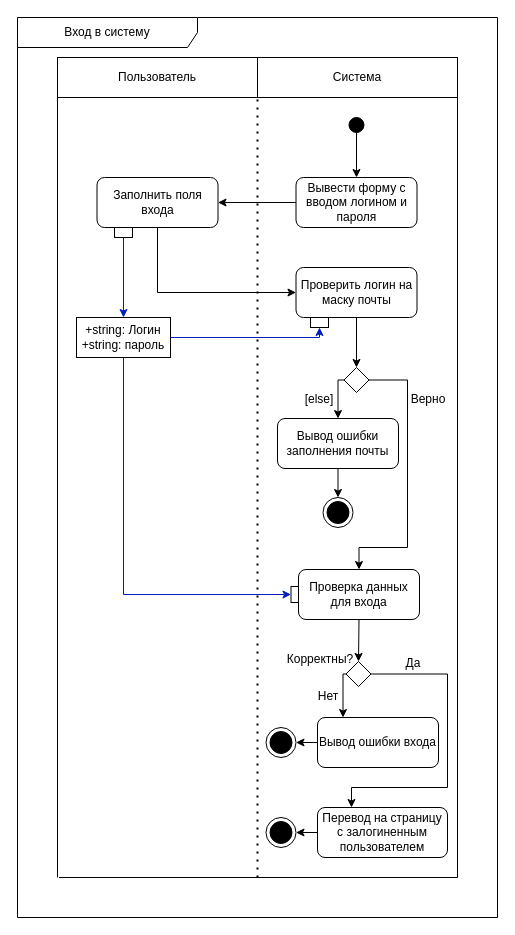
Earlier version of the draw.io diagram docs/raw_diagrams/вход в систему++.drawio (AS2/habrolink). Source tidied: cells renumbered, new cells numbered last; positions are measured from the earlier drawing's top-left corner, leaving out a move shared by most shapes. Both pictures are drawn from the tidied source at 100%, with x=0, y=0 at pixel (17, 17).
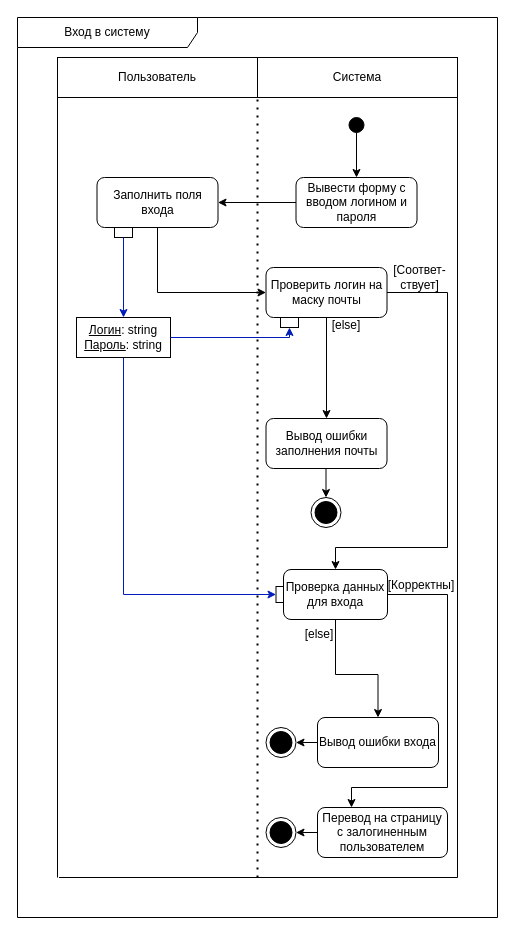
Above is the later version.

The change refers to these unchanged cells:
```xml
<mxCell id="32" value="Вывод ошибки входа" style="text;html=1;strokeColor=default;fillColor=none;align=center;verticalAlign=middle;whiteSpace=wrap;rounded=1;" parent="1" vertex="1">
  <mxGeometry x="300" y="700" width="121" height="50" as="geometry" />
</mxCell>
```

Diff of the diagram source:
```diff
@@
     <mxCell id="10" value="Проверить логин на маску почты" style="text;html=1;strokeColor=default;fillColor=none;align=center;verticalAlign=middle;whiteSpace=wrap;rounded=1;" parent="1" vertex="1">
-      <mxGeometry x="278.5" y="250" width="121" height="50" as="geometry" />
+      <mxGeometry x="248.5" y="250" width="121" height="50" as="geometry" />
     </mxCell>
-    <mxCell id="11" style="endArrow=classic;html=1;rounded=0;exitX=0.5;exitY=1;exitDx=0;exitDy=0;entryX=0.5;entryY=0;entryDx=0;entryDy=0;" parent="1" edge="1" source="10" target="14">
-      <mxGeometry relative="1" as="geometry" />
-    </mxCell>
-    <mxCell id="12" style="edgeStyle=orthogonalEdgeStyle;rounded=0;jettySize=auto;html=1;exitX=1;exitY=0.5;exitDx=0;exitDy=0;entryX=0.5;entryY=0;entryDx=0;entryDy=0;" parent="1" edge="1" source="14">
+    <mxCell id="12" style="edgeStyle=orthogonalEdgeStyle;rounded=0;jettySize=auto;html=1;exitX=1;exitY=0.5;exitDx=0;exitDy=0;entryX=0.5;entryY=0;entryDx=0;entryDy=0;" parent="1" edge="1" source="10" target="20">
       <mxGeometry relative="1" as="geometry">
-        <mxPoint x="341.5" y="552" as="targetPoint" />
         <Array as="points">
-          <mxPoint x="390" y="363" />
-          <mxPoint x="390" y="530" />
-          <mxPoint x="342" y="530" />
+          <mxPoint x="430" y="275" />
+          <mxPoint x="430" y="530" />
+          <mxPoint x="318" y="530" />
         </Array>
       </mxGeometry>
     </mxCell>
-    <mxCell id="13" style="edgeStyle=orthogonalEdgeStyle;rounded=0;jettySize=auto;html=1;exitX=0.5;exitY=1;exitDx=0;exitDy=0;entryX=0.5;entryY=0;entryDx=0;entryDy=0;" parent="1" edge="1" source="27" target="17">
-      <mxGeometry relative="1" as="geometry" />
+    <mxCell id="13" style="edgeStyle=orthogonalEdgeStyle;rounded=0;jettySize=auto;html=1;exitX=0.5;exitY=1;exitDx=0;exitDy=0;entryX=0.5;entryY=0;entryDx=0;entryDy=0;" parent="1" edge="1" target="17">
+      <mxGeometry relative="1" as="geometry">
+        <mxPoint x="327" y="451" as="sourcePoint" />
+      </mxGeometry>
     </mxCell>
-    <mxCell id="14" style="rhombus;whiteSpace=wrap;html=1;" parent="1" vertex="1">
-      <mxGeometry x="326.5" y="350" width="25" height="25" as="geometry" />
-    </mxCell>
     <mxCell id="15" value="[else]" style="text;html=1;strokeColor=none;fillColor=none;align=center;verticalAlign=middle;whiteSpace=wrap;rounded=0;" parent="1" vertex="1">
-      <mxGeometry x="272" y="367" width="60" height="30" as="geometry" />
+      <mxGeometry x="299" y="293" width="60" height="30" as="geometry" />
     </mxCell>
-    <mxCell id="16" value="Верно" style="text;html=1;strokeColor=none;fillColor=none;align=center;verticalAlign=middle;whiteSpace=wrap;rounded=0;" parent="1" vertex="1">
-      <mxGeometry x="381" y="367" width="60" height="30" as="geometry" />
+    <mxCell id="16" value="[Соответ-&lt;br&gt;ствует]" style="text;html=1;strokeColor=none;fillColor=none;align=center;verticalAlign=middle;whiteSpace=wrap;rounded=0;" parent="1" vertex="1">
+      <mxGeometry x="372" y="245" width="61" height="30" as="geometry" />
     </mxCell>
     <mxCell id="17" style="ellipse;html=1;shape=endState;fillColor=strokeColor;" parent="1" vertex="1">
-      <mxGeometry x="305.5" y="480" width="30" height="30" as="geometry" />
+      <mxGeometry x="293.5" y="480" width="30" height="30" as="geometry" />
     </mxCell>
@@
     <mxCell id="20" value="Проверка данных для входа" style="text;html=1;strokeColor=default;fillColor=none;align=center;verticalAlign=middle;whiteSpace=wrap;rounded=1;" parent="1" vertex="1">
-      <mxGeometry x="281" y="552" width="121" height="50" as="geometry" />
+      <mxGeometry x="266" y="552" width="104" height="50" as="geometry" />
     </mxCell>
-    <mxCell id="21" style="endArrow=classic;html=1;rounded=0;exitX=0.5;exitY=1;exitDx=0;exitDy=0;entryX=0.5;entryY=0;entryDx=0;entryDy=0;" parent="1" edge="1" source="20" target="24">
-      <mxGeometry relative="1" as="geometry" />
-    </mxCell>
-    <mxCell id="22" style="edgeStyle=orthogonalEdgeStyle;rounded=0;orthogonalLoop=1;jettySize=auto;html=1;exitX=1;exitY=0.5;exitDx=0;exitDy=0;entryX=0.5;entryY=0;entryDx=0;entryDy=0;" parent="1" edge="1">
+    <mxCell id="22" style="edgeStyle=orthogonalEdgeStyle;rounded=0;jettySize=auto;html=1;exitX=1;exitY=0.5;exitDx=0;exitDy=0;entryX=0.5;entryY=0;entryDx=0;entryDy=0;" parent="1" edge="1" source="20">
       <mxGeometry relative="1" as="geometry">
-        <mxPoint x="352.5" y="656.5" as="sourcePoint" />
         <mxPoint x="334" y="790" as="targetPoint" />
         <Array as="points">
-          <mxPoint x="430" y="657" />
+          <mxPoint x="430" y="577" />
           <mxPoint x="430" y="770" />
           <mxPoint x="334" y="770" />
         </Array>
       </mxGeometry>
     </mxCell>
-    <mxCell id="23" style="edgeStyle=orthogonalEdgeStyle;rounded=0;jettySize=auto;html=1;exitX=0;exitY=0.5;exitDx=0;exitDy=0;entryX=0.5;entryY=0;entryDx=0;entryDy=0;" parent="1" edge="1" source="24">
+    <mxCell id="23" style="edgeStyle=orthogonalEdgeStyle;rounded=0;jettySize=auto;html=1;exitX=0.5;exitY=1;exitDx=0;exitDy=0;entryX=0.5;entryY=0;entryDx=0;entryDy=0;" parent="1" edge="1" target="32">
       <mxGeometry relative="1" as="geometry">
-        <mxPoint x="325.5" y="700" as="targetPoint" />
+        <mxPoint x="318" y="602" as="sourcePoint" />
         <Array as="points">
-          <mxPoint x="325" y="657" />
+          <mxPoint x="318" y="657" />
+          <mxPoint x="360" y="657" />
+          <mxPoint x="360" y="700" />
         </Array>
       </mxGeometry>
     </mxCell>
-    <mxCell id="24" style="rhombus;whiteSpace=wrap;html=1;" parent="1" vertex="1">
-      <mxGeometry x="328.5" y="644" width="25" height="25" as="geometry" />
-    </mxCell>
-    <mxCell id="25" value="Корректны?" style="text;html=1;strokeColor=none;fillColor=none;align=center;verticalAlign=middle;whiteSpace=wrap;rounded=0;" parent="1" vertex="1">
-      <mxGeometry x="273" y="629" width="60" height="25" as="geometry" />
-    </mxCell>
-    <mxCell id="26" style="edgeStyle=orthogonalEdgeStyle;rounded=0;jettySize=auto;html=1;exitX=0;exitY=0.5;exitDx=0;exitDy=0;entryX=0.5;entryY=0;entryDx=0;entryDy=0;" parent="1" edge="1" source="14" target="27">
+    <mxCell id="26" style="edgeStyle=orthogonalEdgeStyle;rounded=0;jettySize=auto;html=1;exitX=0.5;exitY=1;exitDx=0;exitDy=0;entryX=0.5;entryY=0;entryDx=0;entryDy=0;" parent="1" edge="1" source="10" target="27">
       <mxGeometry relative="1" as="geometry" />
     </mxCell>
     <mxCell id="27" value="Вывод ошибки заполнения почты" style="text;html=1;strokeColor=default;fillColor=none;align=center;verticalAlign=middle;whiteSpace=wrap;rounded=1;" parent="1" vertex="1">
-      <mxGeometry x="260" y="401" width="121" height="50" as="geometry" />
+      <mxGeometry x="248.5" y="401" width="121" height="50" as="geometry" />
     </mxCell>
-    <mxCell id="28" value="Нет" style="text;html=1;strokeColor=none;fillColor=none;align=center;verticalAlign=middle;whiteSpace=wrap;rounded=0;" parent="1" vertex="1">
-      <mxGeometry x="281" y="664" width="60" height="30" as="geometry" />
+    <mxCell id="28" value="[else]" style="text;html=1;strokeColor=none;fillColor=none;align=center;verticalAlign=middle;whiteSpace=wrap;rounded=0;" parent="1" vertex="1">
+      <mxGeometry x="271.5" y="602" width="60" height="30" as="geometry" />
     </mxCell>
@@
-    <mxCell id="30" value="Да" style="text;html=1;strokeColor=none;fillColor=none;align=center;verticalAlign=middle;whiteSpace=wrap;rounded=0;" parent="1" vertex="1">
-      <mxGeometry x="366" y="631" width="60" height="30" as="geometry" />
+    <mxCell id="30" value="[Корректны]" style="text;html=1;strokeColor=none;fillColor=none;align=center;verticalAlign=middle;whiteSpace=wrap;rounded=0;" parent="1" vertex="1">
+      <mxGeometry x="371" y="553" width="66" height="30" as="geometry" />
     </mxCell>
@@
     <mxCell id="40" style="rounded=0;whiteSpace=wrap;html=1;" parent="1" vertex="1">
-      <mxGeometry x="293" y="300" width="18" height="10" as="geometry" />
+      <mxGeometry x="263" y="300" width="18" height="10" as="geometry" />
     </mxCell>
     <mxCell id="41" style="rounded=0;whiteSpace=wrap;html=1;" parent="1" vertex="1">
-      <mxGeometry x="273.5" y="569" width="7.5" height="16" as="geometry" />
+      <mxGeometry x="258.5" y="569" width="7.5" height="16" as="geometry" />
     </mxCell>
@@
-    <mxCell id="44" value="+string: Логин&lt;br&gt;+string:&amp;nbsp;пароль" style="rounded=0;whiteSpace=wrap;html=1;" parent="1" vertex="1">
+    <mxCell id="44" value="&lt;u&gt;Логин&lt;/u&gt;: string&lt;br&gt;&lt;u&gt;Пароль&lt;/u&gt;: string" style="rounded=0;whiteSpace=wrap;html=1;" parent="1" vertex="1">
       <mxGeometry x="59" y="300" width="94" height="40" as="geometry" />
     </mxCell>
```
